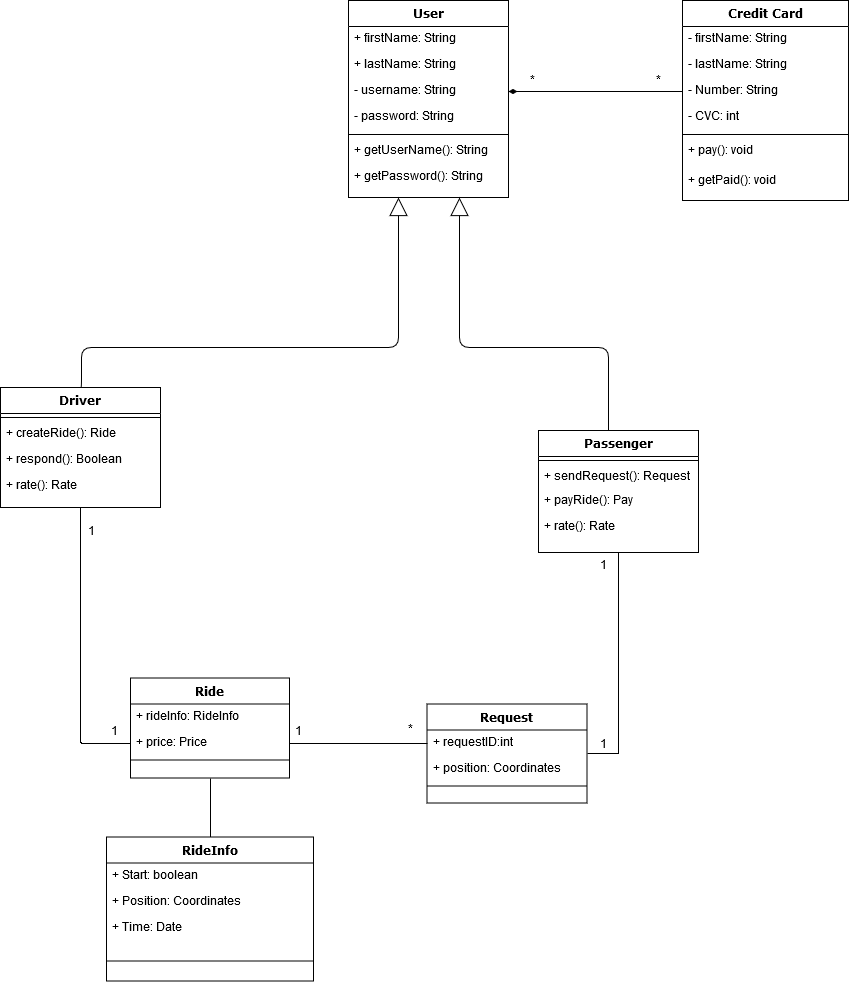
This is R3/images/classDiagramR3.png from PaterakisNikos/carpooling, a draw.io export, as it was before one commit. Source tidied: cells renumbered, new cells last; positions are measured from the earlier drawing's top-left corner, leaving out a move shared by most shapes.
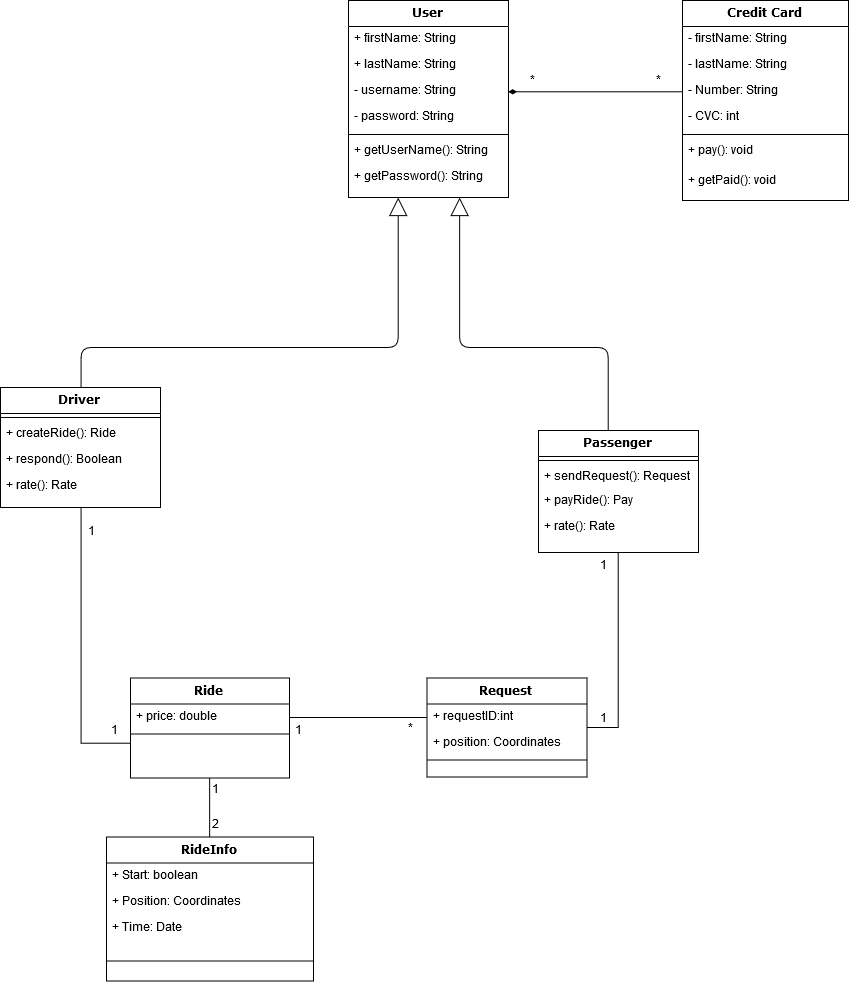
Later version of the same file.

Change to the diagram source:
```diff
@@ -115,14 +115,11 @@
     <mxCell id="34" value="Ride" style="swimlane;html=1;fontStyle=1;align=center;verticalAlign=top;horizontal=1;startSize=26;swimlaneFillColor=#ffffff;rounded=0;shadow=0;comic=0;labelBackgroundColor=none;strokeColor=#000000;strokeWidth=1;fillColor=none;fontFamily=Verdana;fontSize=12;fontColor=#000000;" parent="1" vertex="1">
       <mxGeometry x="130" y="677.5" width="159" height="100" as="geometry" />
     </mxCell>
-    <mxCell id="35" value="+ rideInfo: RideInfo" style="text;html=1;strokeColor=none;fillColor=none;align=left;verticalAlign=top;spacingLeft=4;spacingRight=4;whiteSpace=wrap;overflow=hidden;" parent="34" vertex="1">
-      <mxGeometry y="26" width="159" height="26" as="geometry" />
-    </mxCell>
-    <mxCell id="36" value="+ price: Price" style="text;html=1;strokeColor=none;fillColor=none;align=left;verticalAlign=top;spacingLeft=4;spacingRight=4;whiteSpace=wrap;overflow=hidden;points=[[0,0.5],[1,0.5]];portConstraint=eastwest;" parent="34" vertex="1">
-      <mxGeometry y="52" width="159" height="26" as="geometry" />
+    <mxCell id="36" value="+ price: double" style="text;html=1;strokeColor=none;fillColor=none;align=left;verticalAlign=top;spacingLeft=4;spacingRight=4;whiteSpace=wrap;overflow=hidden;points=[[0,0.5],[1,0.5]];portConstraint=eastwest;" parent="34" vertex="1">
+      <mxGeometry y="26" width="159" height="26" as="geometry" />
     </mxCell>
     <mxCell id="37" style="line;html=1;strokeWidth=1;fillColor=none;align=left;verticalAlign=middle;spacingTop=-1;spacingLeft=3;spacingRight=3;labelPosition=right;" parent="34" vertex="1">
-      <mxGeometry y="78" width="159" height="8" as="geometry" />
+      <mxGeometry y="52" width="159" height="8" as="geometry" />
     </mxCell>
     <mxCell id="38" value="*" style="text;html=1;align=left;verticalAlign=top;spacingTop=-4;" parent="1" vertex="1">
       <mxGeometry x="528" y="71.9" width="20" height="20" as="geometry" />
@@ -140,7 +137,7 @@
       <mxGeometry x="109" y="722.5" width="20" height="20" as="geometry" />
     </mxCell>
     <mxCell id="43" value="Request" style="swimlane;html=1;fontStyle=1;align=center;verticalAlign=top;horizontal=1;startSize=26;swimlaneFillColor=#ffffff;rounded=0;shadow=0;comic=0;labelBackgroundColor=none;strokeColor=#000000;strokeWidth=1;fillColor=none;fontFamily=Verdana;fontSize=12;fontColor=#000000;" parent="1" vertex="1">
-      <mxGeometry x="426.5" y="703.5" width="160" height="99" as="geometry" />
+      <mxGeometry x="426.5" y="677.5" width="160" height="99" as="geometry" />
     </mxCell>
     <mxCell id="44" value="+ requestID:int" style="text;html=1;strokeColor=none;fillColor=none;align=left;verticalAlign=top;spacingLeft=4;spacingRight=4;whiteSpace=wrap;overflow=hidden;points=[[0,0.5],[1,0.5]];portConstraint=eastwest;" parent="43" vertex="1">
       <mxGeometry y="26" width="160" height="26" as="geometry" />
@@ -152,10 +149,10 @@
       <mxGeometry y="78" width="160" height="8" as="geometry" />
     </mxCell>
     <mxCell id="47" value="1" style="text;html=1;align=left;verticalAlign=top;spacingTop=-4;" parent="1" vertex="1">
-      <mxGeometry x="598" y="735.5" width="20" height="20" as="geometry" />
+      <mxGeometry x="598" y="709.5" width="20" height="20" as="geometry" />
     </mxCell>
     <mxCell id="48" value="*" style="text;html=1;align=left;verticalAlign=top;spacingTop=-4;" parent="1" vertex="1">
-      <mxGeometry x="406" y="720.5" width="20" height="20" as="geometry" />
+      <mxGeometry x="406" y="719.5" width="20" height="20" as="geometry" />
     </mxCell>
     <mxCell id="49" style="endArrow=none;html=1;entryX=0;entryY=0.5;entryDx=0;entryDy=0;exitX=1;exitY=0.5;exitDx=0;exitDy=0;" parent="1" edge="1" source="36" target="44">
       <mxGeometry relative="1" as="geometry" />
@@ -178,5 +175,11 @@
     <mxCell id="55" style="line;html=1;strokeWidth=1;fillColor=none;align=left;verticalAlign=middle;spacingTop=-1;spacingLeft=3;spacingRight=3;labelPosition=right;" parent="51" vertex="1">
       <mxGeometry y="104" width="207" height="40" as="geometry" />
     </mxCell>
+    <mxCell id="56" value="1" style="text;html=1;align=left;verticalAlign=top;spacingTop=-4;" parent="1" vertex="1">
+      <mxGeometry x="209.5" y="781.5" width="20" height="20" as="geometry" />
+    </mxCell>
+    <mxCell id="57" value="2" style="text;html=1;align=left;verticalAlign=top;spacingTop=-4;" parent="1" vertex="1">
+      <mxGeometry x="209.5" y="816.5" width="20" height="20" as="geometry" />
+    </mxCell>
   </root>
 </mxGraphModel>
```
